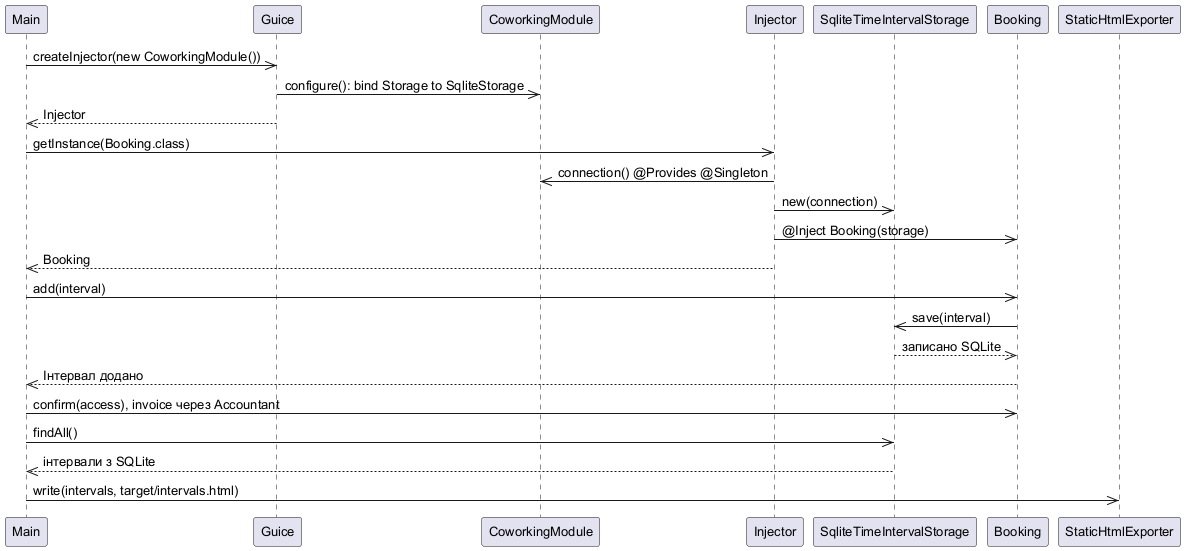
The PlantUML diagram docs/sequence.png in auulina21/coworking-19, before a commit.
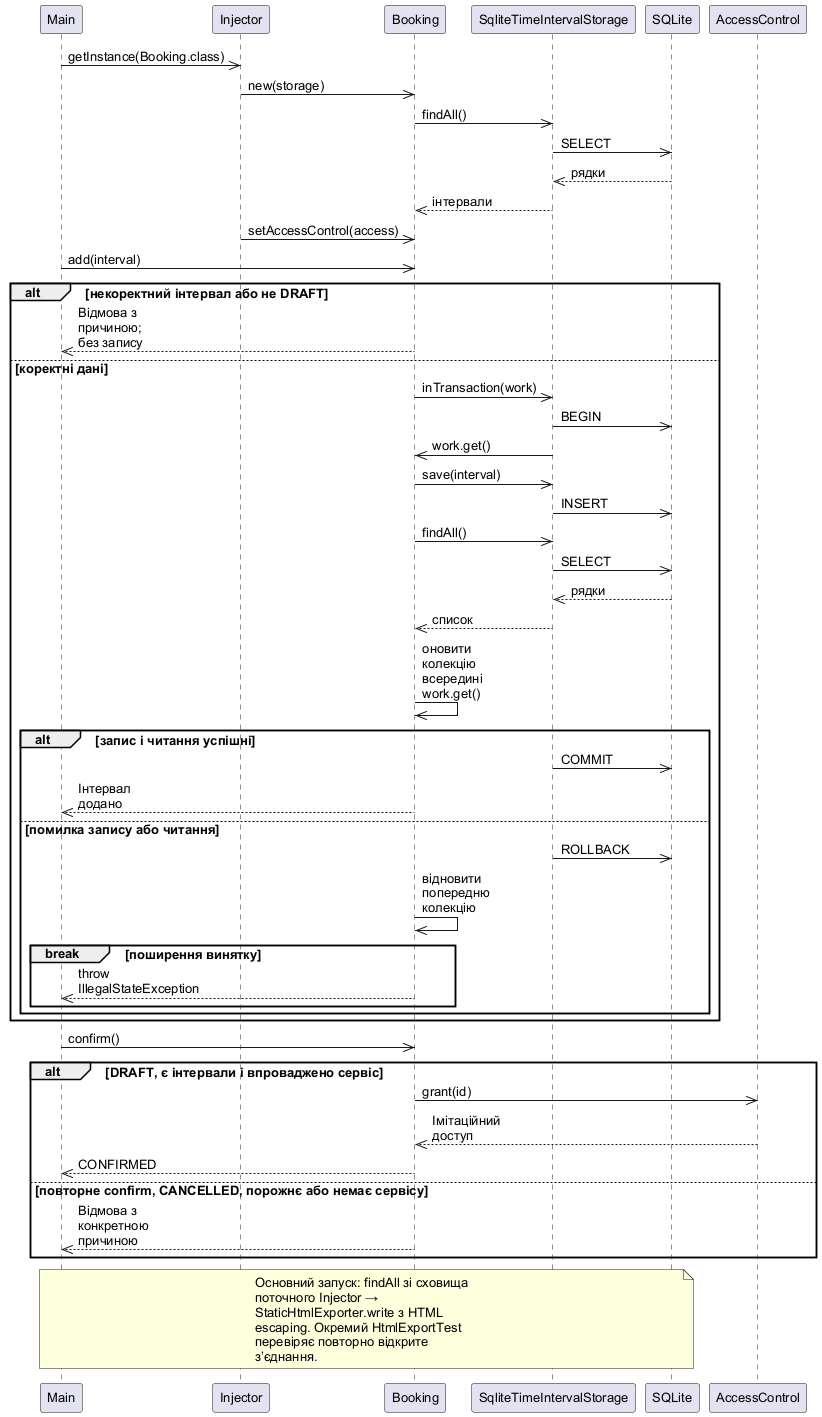
The same diagram one commit later.

What changed in the source:
```diff
@@ -2,29 +2,55 @@
 !pragma layout smetana
 skinparam defaultFontName Arial
 skinparam defaultFontSize 13
+skinparam maxMessageSize 85
+skinparam wrapWidth 220
 skinparam nodesep 35
 skinparam ranksep 45
 participant "Main" as M
-participant "Guice" as G
-participant "CoworkingModule" as Mod
 participant "Injector" as I
+participant "Booking" as B
 participant "SqliteTimeIntervalStorage" as S
-participant "Booking" as B
-participant "StaticHtmlExporter" as H
-M->>G: createInjector(new CoworkingModule())
-G->>Mod: configure(): bind Storage to SqliteStorage
-G-->>M: Injector
+participant "SQLite" as DB
+participant "AccessControl" as A
 M->>I: getInstance(Booking.class)
-I->>Mod: connection() @Provides @Singleton
-I->>S: new(connection)
-I->>B: @Inject Booking(storage)
-I-->>M: Booking
+I->>B: new(storage)
+B->>S: findAll()
+S->>DB: SELECT
+DB-->>S: рядки
+S-->>B: інтервали
+I->>B: setAccessControl(access)
 M->>B: add(interval)
-B->>S: save(interval)
-S-->>B: записано SQLite
-B-->>M: Інтервал додано
-M->>B: confirm(access), invoice через Accountant
-M->>S: findAll()
-S-->>M: інтервали з SQLite
-M->>H: write(intervals, target/intervals.html)
+alt некоректний інтервал або не DRAFT
+ B-->>M: Відмова з причиною; без запису
+else коректні дані
+ B->>S: inTransaction(work)
+ S->>DB: BEGIN
+ S->>B: work.get()
+ B->>S: save(interval)
+ S->>DB: INSERT
+ B->>S: findAll()
+ S->>DB: SELECT
+ DB-->>S: рядки
+ S-->>B: список
+ B->>B: оновити колекцію всередині work.get()
+ alt запис і читання успішні
+  S->>DB: COMMIT
+  B-->>M: Інтервал додано
+ else помилка запису або читання
+  S->>DB: ROLLBACK
+  B->>B: відновити попередню колекцію
+  break поширення винятку
+   B-->>M: throw IllegalStateException
+  end
+ end
+end
+M->>B: confirm()
+alt DRAFT, є інтервали і впроваджено сервіс
+ B->>A: grant(id)
+ A-->>B: Імітаційний доступ
+ B-->>M: CONFIRMED
+else повторне confirm, CANCELLED, порожнє або немає сервісу
+ B-->>M: Відмова з конкретною причиною
+end
+note over M,DB: Основний запуск: findAll зі сховища поточного Injector → StaticHtmlExporter.write з HTML escaping. Окремий HtmlExportTest перевіряє повторно відкрите з’єднання.
 @enduml
```
